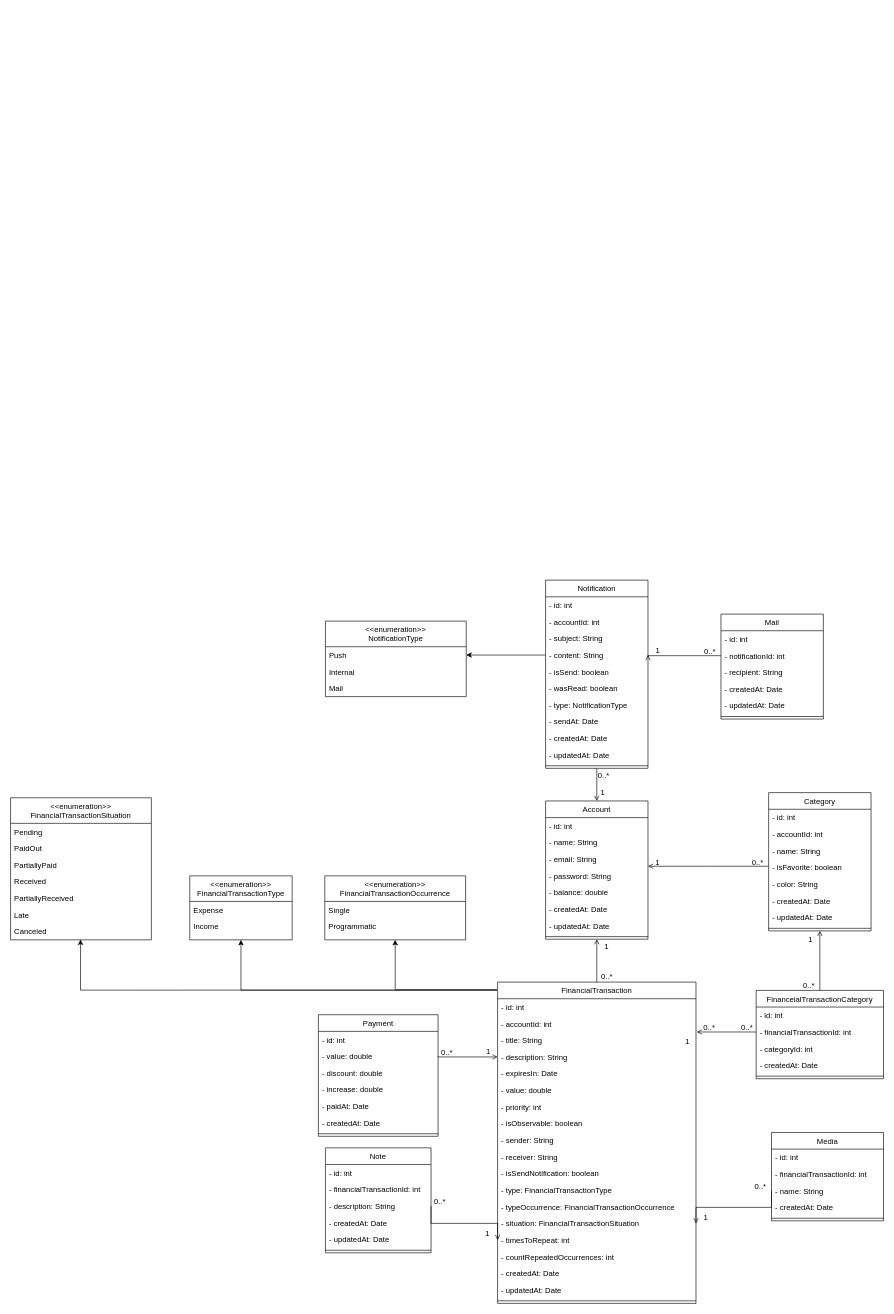
The draw.io diagram docs/class.diagram.drawio in Danrley-Ruan-Saquetti/esliph-finance, before the edit. Source tidied: cells renumbered, new cells numbered last; positions are measured from the earlier drawing's top-left corner, leaving out a move shared by most shapes. Both pictures are drawn from the tidied source at 64%, with x=0, y=0 at pixel (10, 580).
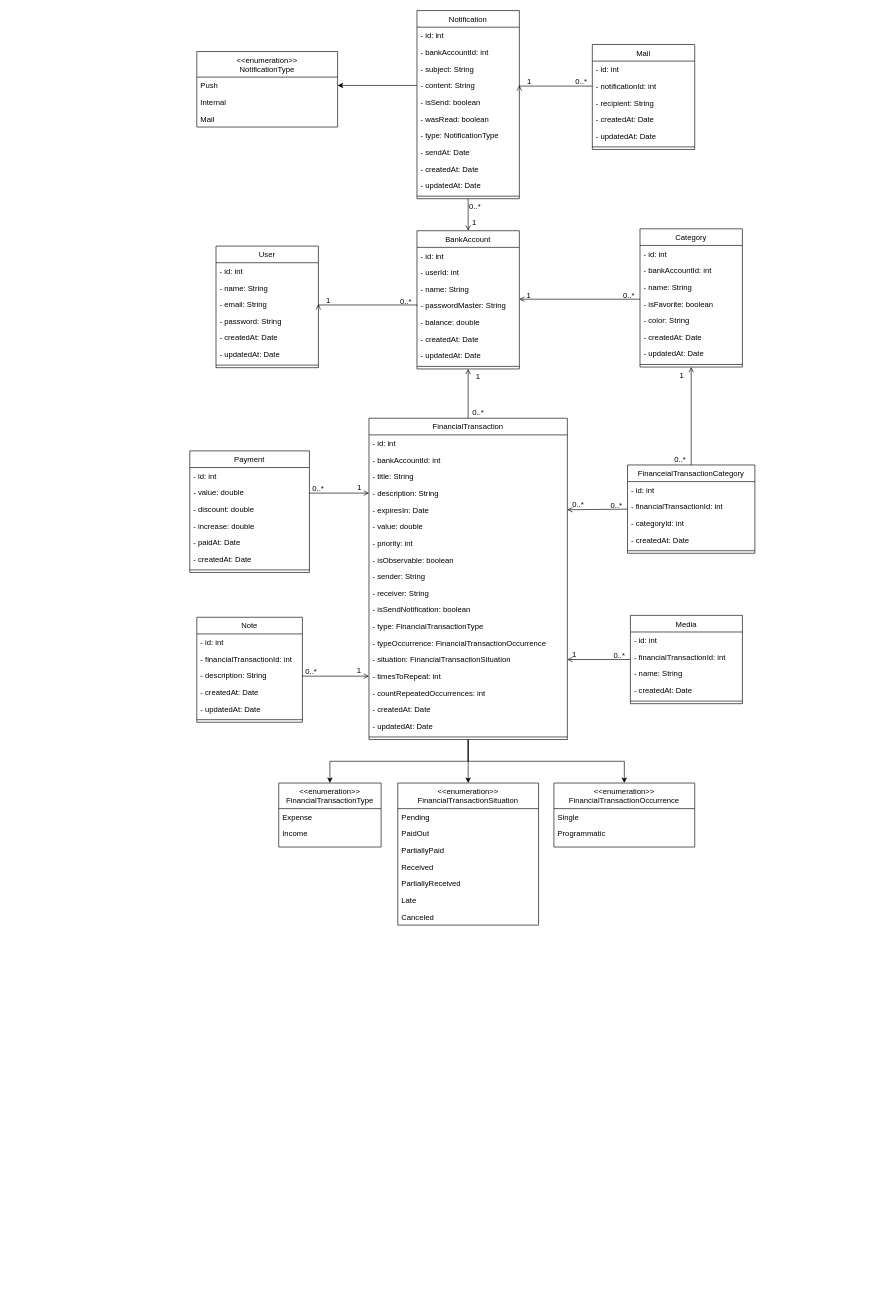
The same diagram, later.

The change refers to these unchanged cells:
```xml
<mxCell id="29" value="- title: String" style="text;align=left;verticalAlign=top;spacingLeft=4;spacingRight=4;overflow=hidden;points=[[0,0.5],[1,0.5]];portConstraint=eastwest;" parent="26" vertex="1">
  <mxGeometry y="78" width="310" height="26" as="geometry" />
</mxCell>
<mxCell id="31" value="- expiresIn: Date" style="text;align=left;verticalAlign=top;spacingLeft=4;spacingRight=4;overflow=hidden;points=[[0,0.5],[1,0.5]];portConstraint=eastwest;" parent="26" vertex="1">
  <mxGeometry y="130" width="310" height="26" as="geometry" />
</mxCell>
<mxCell id="40" value="- situation: FinancialTransactionSituation" style="text;align=left;verticalAlign=top;spacingLeft=4;spacingRight=4;overflow=hidden;points=[[0,0.5],[1,0.5]];portConstraint=eastwest;" parent="26" vertex="1">
  <mxGeometry y="364" width="310" height="26" as="geometry" />
</mxCell>
<mxCell id="59" value="Canceled" style="text;align=left;verticalAlign=top;spacingLeft=4;spacingRight=4;overflow=hidden;points=[[0,0.5],[1,0.5]];portConstraint=eastwest;" parent="52" vertex="1">
  <mxGeometry y="196" width="220" height="26" as="geometry" />
</mxCell>
<mxCell id="78" value="- name: String" style="text;align=left;verticalAlign=top;spacingLeft=4;spacingRight=4;overflow=hidden;points=[[0,0.5],[1,0.5]];portConstraint=eastwest;" parent="75" vertex="1">
  <mxGeometry y="78" width="175" height="26" as="geometry" />
</mxCell>
<mxCell id="111" value="- financialTransactionId: int" style="text;align=left;verticalAlign=top;spacingLeft=4;spacingRight=4;overflow=hidden;points=[[0,0.5],[1,0.5]];portConstraint=eastwest;" parent="109" vertex="1">
  <mxGeometry y="52" width="199" height="26" as="geometry" />
</mxCell>
```

The edit, as a diff of the source:
```diff
@@
-    <mxCell id="2" value="Account" style="swimlane;fontStyle=0;align=center;verticalAlign=top;horizontal=1;startSize=26;rounded=0;shadow=0;strokeWidth=1;" parent="1" vertex="1">
-      <mxGeometry x="836" y="345" width="160" height="216" as="geometry" />
+    <mxCell id="2" value="BankAccount" style="swimlane;fontStyle=0;align=center;verticalAlign=top;horizontal=1;startSize=26;rounded=0;shadow=0;strokeWidth=1;" parent="1" vertex="1">
+      <mxGeometry x="635" y="-546" width="160" height="216" as="geometry" />
     </mxCell>
@@
-    <mxCell id="4" value="- name: String    " style="text;align=left;verticalAlign=top;spacingLeft=4;spacingRight=4;overflow=hidden;" parent="2" vertex="1">
-      <mxGeometry y="52" width="160" height="26" as="geometry" />
-    </mxCell>
+    <mxCell id="136" value="- userId: int" style="text;align=left;verticalAlign=top;spacingLeft=4;spacingRight=4;overflow=hidden;" parent="2" vertex="1">
+      <mxGeometry y="52" width="160" height="26" as="geometry" />
+    </mxCell>
+    <mxCell id="137" value="- name: String    " style="text;align=left;verticalAlign=top;spacingLeft=4;spacingRight=4;overflow=hidden;" parent="2" vertex="1">
+      <mxGeometry y="78" width="160" height="26" as="geometry" />
+    </mxCell>
-    <mxCell id="5" value="- email: String" style="text;align=left;verticalAlign=top;spacingLeft=4;spacingRight=4;overflow=hidden;points=[[0,0.5],[1,0.5]];portConstraint=eastwest;rounded=0;shadow=0;html=0;" parent="2" vertex="1">
-      <mxGeometry y="78" width="160" height="26" as="geometry" />
+    <mxCell id="5" value="- passwordMaster: String" style="text;align=left;verticalAlign=top;spacingLeft=4;spacingRight=4;overflow=hidden;points=[[0,0.5],[1,0.5]];portConstraint=eastwest;rounded=0;shadow=0;html=0;" parent="2" vertex="1">
+      <mxGeometry y="104" width="160" height="26" as="geometry" />
     </mxCell>
-    <mxCell id="6" value="- password: String" style="text;align=left;verticalAlign=top;spacingLeft=4;spacingRight=4;overflow=hidden;rounded=0;shadow=0;html=0;" parent="2" vertex="1">
-      <mxGeometry y="104" width="160" height="26" as="geometry" />
-    </mxCell>
@@
     <mxCell id="11" value="Category" style="swimlane;fontStyle=0;align=center;verticalAlign=top;horizontal=1;startSize=26;rounded=0;shadow=0;strokeWidth=1;" parent="1" vertex="1">
-      <mxGeometry x="1184.5" y="332" width="160" height="216" as="geometry" />
+      <mxGeometry x="983.5" y="-549" width="160" height="216" as="geometry" />
     </mxCell>
@@
-    <mxCell id="13" value="- accountId: int" style="text;align=left;verticalAlign=top;spacingLeft=4;spacingRight=4;overflow=hidden;" parent="11" vertex="1">
+    <mxCell id="13" value="- bankAccountId: int" style="text;align=left;verticalAlign=top;spacingLeft=4;spacingRight=4;overflow=hidden;" parent="11" vertex="1">
       <mxGeometry y="52" width="160" height="26" as="geometry" />
     </mxCell>
@@
+    <mxCell id="138" style="edgeStyle=orthogonalEdgeStyle;rounded=0;jettySize=auto;html=1;entryX=0.5;entryY=0;entryDx=0;entryDy=0;" parent="1" edge="1" source="26" target="52">
+      <mxGeometry relative="1" as="geometry" />
+    </mxCell>
+    <mxCell id="24" style="edgeStyle=orthogonalEdgeStyle;rounded=0;jettySize=auto;html=1;entryX=0.5;entryY=0;entryDx=0;entryDy=0;" parent="1" edge="1" source="26" target="49">
+      <mxGeometry relative="1" as="geometry" />
+    </mxCell>
-    <mxCell id="23" style="edgeStyle=orthogonalEdgeStyle;rounded=0;jettySize=auto;html=1;exitX=-0.003;exitY=0.025;exitDx=0;exitDy=0;entryX=0.5;entryY=1;entryDx=0;entryDy=0;exitPerimeter=0;" parent="1" edge="1" source="26" target="46">
+    <mxCell id="23" style="edgeStyle=orthogonalEdgeStyle;rounded=0;jettySize=auto;html=1;" parent="1" edge="1" source="26" target="46">
       <mxGeometry relative="1" as="geometry" />
     </mxCell>
-    <mxCell id="24" style="edgeStyle=orthogonalEdgeStyle;rounded=0;jettySize=auto;html=1;entryX=0.5;entryY=1;entryDx=0;entryDy=0;exitX=-0.001;exitY=0.024;exitDx=0;exitDy=0;exitPerimeter=0;" parent="1" edge="1" source="26" target="49">
-      <mxGeometry relative="1" as="geometry" />
-    </mxCell>
-    <mxCell id="25" style="edgeStyle=orthogonalEdgeStyle;rounded=0;jettySize=auto;html=1;entryX=0.497;entryY=0.98;entryDx=0;entryDy=0;entryPerimeter=0;exitX=-0.003;exitY=0.025;exitDx=0;exitDy=0;exitPerimeter=0;" parent="1" edge="1" source="26" target="59">
-      <mxGeometry relative="1" as="geometry" />
-    </mxCell>
     <mxCell id="26" value="FinancialTransaction" style="swimlane;fontStyle=0;align=center;verticalAlign=top;horizontal=1;startSize=26;rounded=0;shadow=0;strokeWidth=1;" parent="1" vertex="1">
-      <mxGeometry x="761" y="628" width="310" height="502" as="geometry" />
+      <mxGeometry x="560" y="-253" width="310" height="502" as="geometry" />
     </mxCell>
@@
-    <mxCell id="28" value="- accountId: int" style="text;align=left;verticalAlign=top;spacingLeft=4;spacingRight=4;overflow=hidden;" parent="26" vertex="1">
+    <mxCell id="28" value="- bankAccountId: int" style="text;align=left;verticalAlign=top;spacingLeft=4;spacingRight=4;overflow=hidden;" parent="26" vertex="1">
       <mxGeometry y="52" width="310" height="26" as="geometry" />
     </mxCell>
@@
     <mxCell id="46" value="&lt;&lt;enumeration&gt;&gt;&#10;FinancialTransactionType" style="swimlane;fontStyle=0;align=center;verticalAlign=top;horizontal=1;startSize=40;rounded=0;shadow=0;strokeWidth=1;" parent="1" vertex="1">
-      <mxGeometry x="280" y="462" width="160" height="100" as="geometry" />
+      <mxGeometry x="419" y="317" width="160" height="100" as="geometry" />
     </mxCell>
@@
     <mxCell id="49" value="&lt;&lt;enumeration&gt;&gt;&#10;FinancialTransactionOccurrence" style="swimlane;fontStyle=0;align=center;verticalAlign=top;horizontal=1;startSize=40;rounded=0;shadow=0;strokeWidth=1;" parent="1" vertex="1">
-      <mxGeometry x="491" y="462" width="220" height="100" as="geometry" />
+      <mxGeometry x="849" y="317" width="220" height="100" as="geometry" />
     </mxCell>
@@
     <mxCell id="52" value="&lt;&lt;enumeration&gt;&gt;&#10;FinancialTransactionSituation" style="swimlane;fontStyle=0;align=center;verticalAlign=top;horizontal=1;startSize=40;rounded=0;shadow=0;strokeWidth=1;" parent="1" vertex="1">
-      <mxGeometry y="340" width="220" height="222" as="geometry" />
+      <mxGeometry x="605" y="317" width="220" height="222" as="geometry" />
     </mxCell>
@@
     <mxCell id="63" value="Notification" style="swimlane;fontStyle=0;align=center;verticalAlign=top;horizontal=1;startSize=26;rounded=0;shadow=0;strokeWidth=1;" parent="1" vertex="1">
-      <mxGeometry x="836" width="160" height="294" as="geometry" />
+      <mxGeometry x="635" y="-890" width="160" height="294" as="geometry" />
     </mxCell>
@@
-    <mxCell id="65" value="- accountId: int" style="text;align=left;verticalAlign=top;spacingLeft=4;spacingRight=4;overflow=hidden;" parent="63" vertex="1">
+    <mxCell id="65" value="- bankAccountId: int" style="text;align=left;verticalAlign=top;spacingLeft=4;spacingRight=4;overflow=hidden;" parent="63" vertex="1">
       <mxGeometry y="52" width="160" height="26" as="geometry" />
     </mxCell>
@@
     <mxCell id="75" value="Media" style="swimlane;fontStyle=0;align=center;verticalAlign=top;horizontal=1;startSize=26;rounded=0;shadow=0;strokeWidth=1;" parent="1" vertex="1">
-      <mxGeometry x="1189" y="863" width="175" height="138" as="geometry" />
+      <mxGeometry x="968.5" y="55" width="175" height="138" as="geometry" />
     </mxCell>
@@
-    <mxCell id="81" style="endArrow=open;shadow=0;strokeWidth=1;rounded=0;endFill=1;edgeStyle=elbowEdgeStyle;elbow=vertical;exitX=0;exitY=0.5;exitDx=0;exitDy=0;entryX=1;entryY=0.5;entryDx=0;entryDy=0;" parent="1" edge="1" source="78" target="40">
-      <mxGeometry x="0.5" y="41" relative="1" as="geometry">
-        <mxPoint x="-40" y="32" as="offset" />
-      </mxGeometry>
-    </mxCell>
-    <mxCell id="82" value="0..*" style="align=left;verticalAlign=bottom;labelBackgroundColor=none;fontSize=12;" parent="81" vertex="1">
-      <mxGeometry x="-1" relative="1" as="geometry">
-        <mxPoint x="-28" y="2" as="offset" />
-      </mxGeometry>
-    </mxCell>
-    <mxCell id="83" value="1" style="align=right;verticalAlign=bottom;labelBackgroundColor=none;fontSize=12;" parent="81" vertex="1">
-      <mxGeometry x="1" relative="1" as="geometry">
-        <mxPoint x="20" as="offset" />
-      </mxGeometry>
-    </mxCell>
@@
-    <mxCell id="87" value="0..*" style="align=right;verticalAlign=bottom;labelBackgroundColor=none;fontSize=12;" parent="1" vertex="1">
-      <mxGeometry x="1100" y="698" as="geometry">
-        <mxPoint x="2" y="10" as="offset" />
-      </mxGeometry>
-    </mxCell>
     <mxCell id="88" value="Payment" style="swimlane;fontStyle=0;align=center;verticalAlign=top;horizontal=1;startSize=26;rounded=0;shadow=0;strokeWidth=1;" parent="1" vertex="1">
-      <mxGeometry x="481" y="679" width="187" height="190" as="geometry" />
+      <mxGeometry x="280" y="-202" width="187" height="190" as="geometry" />
     </mxCell>
@@
     <mxCell id="99" value="Note" style="swimlane;fontStyle=0;align=center;verticalAlign=top;horizontal=1;startSize=26;rounded=0;shadow=0;strokeWidth=1;" parent="1" vertex="1">
-      <mxGeometry x="492" y="887" width="165" height="164" as="geometry" />
+      <mxGeometry x="291" y="58" width="165" height="164" as="geometry" />
     </mxCell>
@@
     <mxCell id="109" value="FinanceialTransactionCategory" style="swimlane;fontStyle=0;align=center;verticalAlign=top;horizontal=1;startSize=26;rounded=0;shadow=0;strokeWidth=1;" parent="1" vertex="1">
-      <mxGeometry x="1165" y="641" width="199" height="138" as="geometry" />
+      <mxGeometry x="964" y="-180" width="199" height="138" as="geometry" />
     </mxCell>
@@
-    <mxCell id="118" style="endArrow=open;shadow=0;strokeWidth=1;rounded=0;endFill=1;edgeStyle=elbowEdgeStyle;elbow=vertical;entryX=1.004;entryY=0.033;entryDx=0;entryDy=0;exitX=0;exitY=0.5;exitDx=0;exitDy=0;entryPerimeter=0;" parent="1" edge="1" source="111" target="29">
-      <mxGeometry x="0.5" y="41" relative="1" as="geometry">
-        <mxPoint x="-40" y="32" as="offset" />
-      </mxGeometry>
-    </mxCell>
-    <mxCell id="119" value="0..*" style="align=left;verticalAlign=bottom;labelBackgroundColor=none;fontSize=12;" parent="118" vertex="1">
-      <mxGeometry x="-1" relative="1" as="geometry">
-        <mxPoint x="-25" y="2" as="offset" />
-      </mxGeometry>
-    </mxCell>
-    <mxCell id="120" value="1" style="align=right;verticalAlign=bottom;labelBackgroundColor=none;fontSize=12;" parent="118" vertex="1">
-      <mxGeometry x="1" relative="1" as="geometry">
-        <mxPoint x="-10" y="22" as="offset" />
-      </mxGeometry>
-    </mxCell>
     <mxCell id="121" value="&lt;&lt;enumeration&gt;&gt;&#10;NotificationType" style="swimlane;fontStyle=0;align=center;verticalAlign=top;horizontal=1;startSize=40;rounded=0;shadow=0;strokeWidth=1;" parent="1" vertex="1">
-      <mxGeometry x="492" y="64" width="220" height="118" as="geometry" />
+      <mxGeometry x="291" y="-826" width="220" height="118" as="geometry" />
     </mxCell>
@@
     <mxCell id="126" value="Mail" style="swimlane;fontStyle=0;align=center;verticalAlign=top;horizontal=1;startSize=26;rounded=0;shadow=0;strokeWidth=1;" parent="1" vertex="1">
-      <mxGeometry x="1110" y="53" width="160" height="164" as="geometry" />
+      <mxGeometry x="909" y="-837" width="160" height="164" as="geometry" />
     </mxCell>
@@
+    <mxCell id="139" value="User" style="swimlane;fontStyle=0;align=center;verticalAlign=top;horizontal=1;startSize=26;rounded=0;shadow=0;strokeWidth=1;" parent="1" vertex="1">
+      <mxGeometry x="321" y="-522" width="160" height="190" as="geometry" />
+    </mxCell>
+    <mxCell id="140" value="- id: int" style="text;align=left;verticalAlign=top;spacingLeft=4;spacingRight=4;overflow=hidden;" parent="139" vertex="1">
+      <mxGeometry y="26" width="160" height="26" as="geometry" />
+    </mxCell>
+    <mxCell id="4" value="- name: String    " style="text;align=left;verticalAlign=top;spacingLeft=4;spacingRight=4;overflow=hidden;" parent="139" vertex="1">
+      <mxGeometry y="52" width="160" height="26" as="geometry" />
+    </mxCell>
+    <mxCell id="141" value="- email: String" style="text;align=left;verticalAlign=top;spacingLeft=4;spacingRight=4;overflow=hidden;points=[[0,0.5],[1,0.5]];portConstraint=eastwest;rounded=0;shadow=0;html=0;" parent="139" vertex="1">
+      <mxGeometry y="78" width="160" height="26" as="geometry" />
+    </mxCell>
+    <mxCell id="6" value="- password: String" style="text;align=left;verticalAlign=top;spacingLeft=4;spacingRight=4;overflow=hidden;rounded=0;shadow=0;html=0;" parent="139" vertex="1">
+      <mxGeometry y="104" width="160" height="26" as="geometry" />
+    </mxCell>
+    <mxCell id="142" value="- createdAt: Date" style="text;align=left;verticalAlign=top;spacingLeft=4;spacingRight=4;overflow=hidden;rounded=0;shadow=0;html=0;" parent="139" vertex="1">
+      <mxGeometry y="130" width="160" height="26" as="geometry" />
+    </mxCell>
+    <mxCell id="143" value="- updatedAt: Date" style="text;align=left;verticalAlign=top;spacingLeft=4;spacingRight=4;overflow=hidden;rounded=0;shadow=0;html=0;" parent="139" vertex="1">
+      <mxGeometry y="156" width="160" height="26" as="geometry" />
+    </mxCell>
+    <mxCell id="144" style="line;html=1;strokeWidth=1;align=left;verticalAlign=middle;spacingTop=-1;spacingLeft=3;spacingRight=3;labelPosition=right;" parent="139" vertex="1">
+      <mxGeometry y="182" width="160" height="8" as="geometry" />
+    </mxCell>
+    <mxCell id="145" style="endArrow=open;shadow=0;strokeWidth=1;rounded=0;endFill=1;edgeStyle=elbowEdgeStyle;elbow=vertical;exitX=0;exitY=0.5;exitDx=0;exitDy=0;entryX=1;entryY=0.5;entryDx=0;entryDy=0;" parent="1" edge="1" source="5" target="141">
+      <mxGeometry x="0.5" y="41" relative="1" as="geometry">
+        <mxPoint x="-40" y="32" as="offset" />
+      </mxGeometry>
+    </mxCell>
+    <mxCell id="146" value="0..*" style="align=left;verticalAlign=bottom;labelBackgroundColor=none;fontSize=12;" parent="145" vertex="1">
+      <mxGeometry x="-1" relative="1" as="geometry">
+        <mxPoint x="-28" y="2" as="offset" />
+      </mxGeometry>
+    </mxCell>
+    <mxCell id="147" value="1" style="align=right;verticalAlign=bottom;labelBackgroundColor=none;fontSize=12;" parent="145" vertex="1">
+      <mxGeometry x="1" relative="1" as="geometry">
+        <mxPoint x="20" y="2" as="offset" />
+      </mxGeometry>
+    </mxCell>
+    <mxCell id="148" style="endArrow=open;shadow=0;strokeWidth=1;rounded=0;endFill=1;edgeStyle=elbowEdgeStyle;elbow=vertical;exitX=0;exitY=0.5;exitDx=0;exitDy=0;entryX=1;entryY=0.5;entryDx=0;entryDy=0;" parent="1" edge="1" source="109" target="31">
+      <mxGeometry x="0.5" y="41" relative="1" as="geometry">
+        <mxPoint x="-40" y="32" as="offset" />
+      </mxGeometry>
+    </mxCell>
+    <mxCell id="149" value="0..*" style="align=left;verticalAlign=bottom;labelBackgroundColor=none;fontSize=12;" parent="148" vertex="1">
+      <mxGeometry x="-1" relative="1" as="geometry">
+        <mxPoint x="-28" y="2" as="offset" />
+      </mxGeometry>
+    </mxCell>
+    <mxCell id="87" value="0..*" style="align=right;verticalAlign=bottom;labelBackgroundColor=none;fontSize=12;" parent="148" vertex="1">
+      <mxGeometry x="1" relative="1" as="geometry">
+        <mxPoint x="27" as="offset" />
+      </mxGeometry>
+    </mxCell>
+    <mxCell id="150" style="endArrow=open;shadow=0;strokeWidth=1;rounded=0;endFill=1;edgeStyle=elbowEdgeStyle;elbow=vertical;exitX=0;exitY=0.5;exitDx=0;exitDy=0;entryX=1;entryY=0.5;entryDx=0;entryDy=0;" parent="1" edge="1" source="75" target="40">
+      <mxGeometry x="0.5" y="41" relative="1" as="geometry">
+        <mxPoint x="-40" y="32" as="offset" />
+      </mxGeometry>
+    </mxCell>
+    <mxCell id="151" value="0..*" style="align=left;verticalAlign=bottom;labelBackgroundColor=none;fontSize=12;" parent="150" vertex="1">
+      <mxGeometry x="-1" relative="1" as="geometry">
+        <mxPoint x="-28" y="2" as="offset" />
+      </mxGeometry>
+    </mxCell>
+    <mxCell id="152" value="1" style="align=right;verticalAlign=bottom;labelBackgroundColor=none;fontSize=12;" parent="150" vertex="1">
+      <mxGeometry x="1" relative="1" as="geometry">
+        <mxPoint x="16" as="offset" />
+      </mxGeometry>
+    </mxCell>
```
